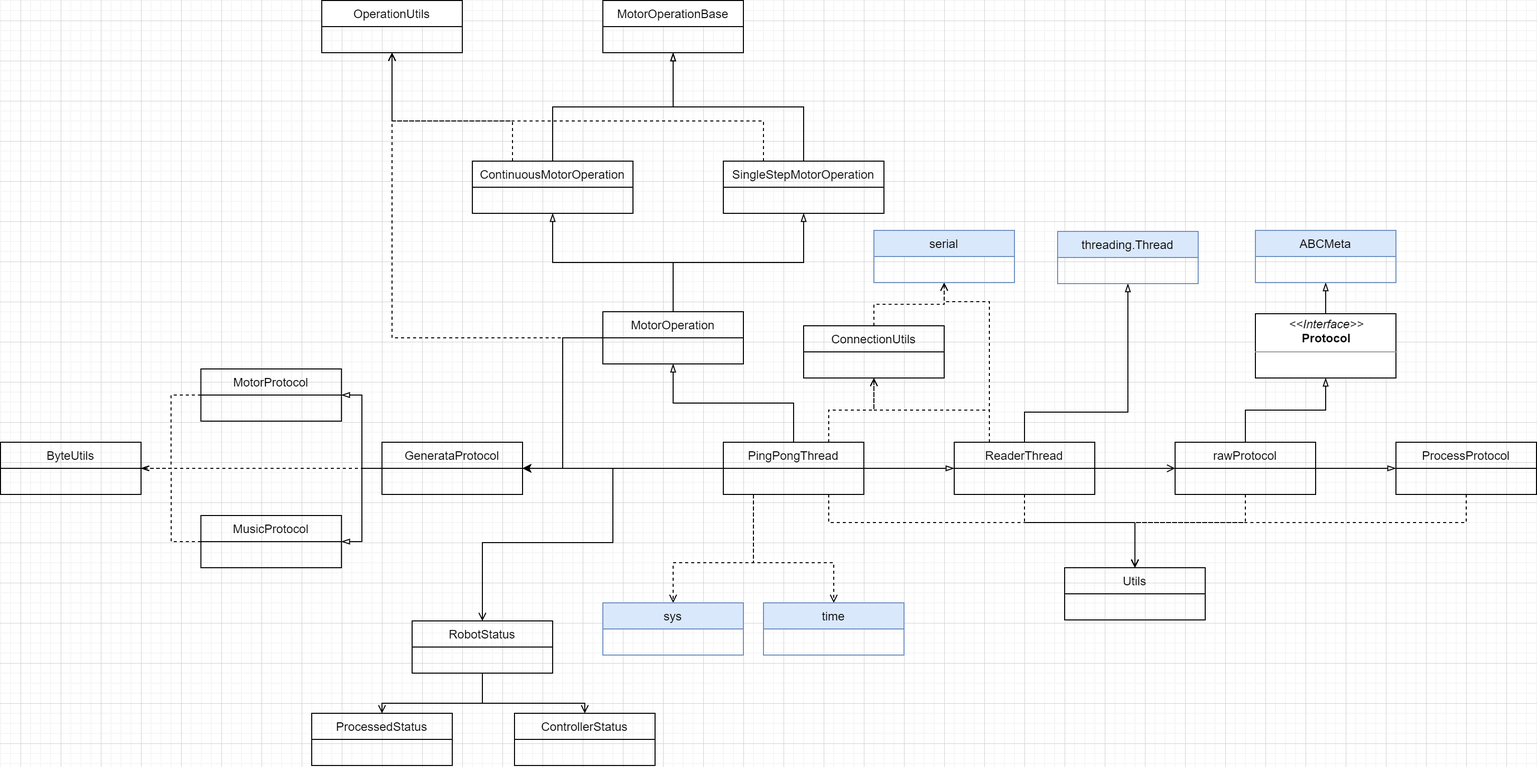
fast1ine/python-gcube-api-dashboard-piano keeps this draw.io diagram as UML.png. Above is the earlier version. Source tidied: cells renumbered, new cells last; positions are measured from the earlier drawing's top-left corner, leaving out a move shared by most shapes.
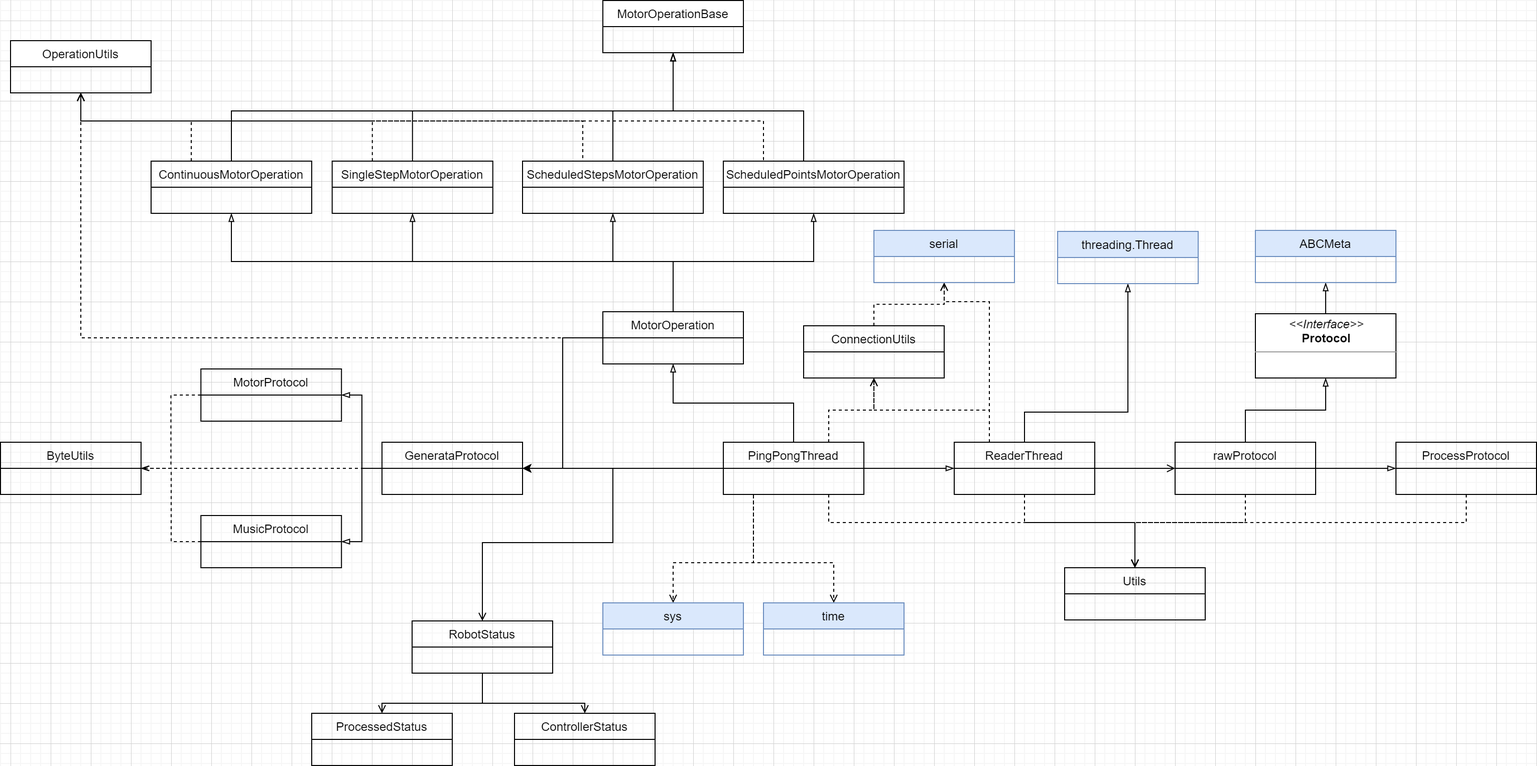
After the commit.

The edit, as a diff of the source:
```diff
@@ -62,15 +62,15 @@
         </Array>
       </mxGeometry>
     </mxCell>
-    <mxCell id="13" style="edgeStyle=orthogonalEdgeStyle;rounded=0;jettySize=auto;html=1;entryX=0.5;entryY=0;entryDx=0;entryDy=0;dashed=1;endArrow=open;endFill=0;" parent="1" edge="1" target="40">
-      <mxGeometry relative="1" as="geometry">
-        <mxPoint x="750" y="492" as="sourcePoint" />
-        <Array as="points">
-          <mxPoint x="750" y="560" />
-          <mxPoint x="830" y="560" />
-        </Array>
-      </mxGeometry>
-    </mxCell>
+    <mxCell id="60" style="edgeStyle=orthogonalEdgeStyle;rounded=0;jettySize=auto;html=1;entryX=0.5;entryY=0;entryDx=0;entryDy=0;dashed=1;endArrow=open;endFill=0;" parent="1" edge="1" target="40">
+      <mxGeometry relative="1" as="geometry">
+        <mxPoint x="750" y="492" as="sourcePoint" />
+        <Array as="points">
+          <mxPoint x="750" y="560" />
+          <mxPoint x="830" y="560" />
+        </Array>
+      </mxGeometry>
+    </mxCell>
     <mxCell id="14" style="edgeStyle=orthogonalEdgeStyle;rounded=0;jettySize=auto;html=1;entryX=0.5;entryY=0;entryDx=0;entryDy=0;dashed=1;endArrow=open;endFill=0;exitX=0.75;exitY=1;exitDx=0;exitDy=0;" parent="1" edge="1" source="16" target="52">
       <mxGeometry relative="1" as="geometry">
         <Array as="points">
@@ -91,12 +91,38 @@
     <mxCell id="18" style="edgeStyle=orthogonalEdgeStyle;rounded=0;jettySize=auto;html=1;entryX=0.5;entryY=1;entryDx=0;entryDy=0;dashed=1;endArrow=open;endFill=0;" parent="1" edge="1" source="21" target="51">
       <mxGeometry relative="1" as="geometry" />
     </mxCell>
+    <mxCell id="61" style="edgeStyle=orthogonalEdgeStyle;rounded=0;jettySize=auto;html=1;entryX=0.5;entryY=1;entryDx=0;entryDy=0;endArrow=blockThin;endFill=0;" parent="1" edge="1" source="21" target="65">
+      <mxGeometry relative="1" as="geometry">
+        <Array as="points">
+          <mxPoint x="670" y="260" />
+          <mxPoint x="610" y="260" />
+        </Array>
+      </mxGeometry>
+    </mxCell>
+    <mxCell id="62" style="edgeStyle=orthogonalEdgeStyle;rounded=0;jettySize=auto;html=1;entryX=0.5;entryY=1;entryDx=0;entryDy=0;endArrow=blockThin;endFill=0;" parent="1" edge="1" source="21" target="68">
+      <mxGeometry relative="1" as="geometry">
+        <Array as="points">
+          <mxPoint x="670" y="260" />
+          <mxPoint x="810" y="260" />
+        </Array>
+      </mxGeometry>
+    </mxCell>
+    <mxCell id="20" style="edgeStyle=orthogonalEdgeStyle;rounded=0;jettySize=auto;html=1;entryX=0.5;entryY=1;entryDx=0;entryDy=0;endArrow=blockThin;endFill=0;" parent="1" edge="1" source="21" target="58">
+      <mxGeometry relative="1" as="geometry">
+        <Array as="points">
+          <mxPoint x="670" y="260" />
+          <mxPoint x="410" y="260" />
+        </Array>
+      </mxGeometry>
+    </mxCell>
     <mxCell id="19" style="edgeStyle=orthogonalEdgeStyle;rounded=0;jettySize=auto;html=1;entryX=0.5;entryY=1;entryDx=0;entryDy=0;endArrow=blockThin;endFill=0;" parent="1" edge="1" source="21" target="55">
-      <mxGeometry relative="1" as="geometry" />
+      <mxGeometry relative="1" as="geometry">
+        <Array as="points">
+          <mxPoint x="670" y="260" />
+          <mxPoint x="230" y="260" />
+        </Array>
+      </mxGeometry>
     </mxCell>
-    <mxCell id="20" style="edgeStyle=orthogonalEdgeStyle;rounded=0;jettySize=auto;html=1;entryX=0.5;entryY=1;entryDx=0;entryDy=0;endArrow=blockThin;endFill=0;" parent="1" edge="1" source="21" target="58">
-      <mxGeometry relative="1" as="geometry" />
-    </mxCell>
     <mxCell id="21" value="MotorOperation" style="swimlane;fontStyle=0;horizontal=1;startSize=26;fillColor=none;" parent="1" vertex="1">
       <mxGeometry x="600" y="310" width="140" height="52" as="geometry" />
     </mxCell>
@@ -223,41 +249,89 @@
       <mxGeometry x="199.6" y="513" width="140" height="52" as="geometry" />
     </mxCell>
     <mxCell id="51" value="OperationUtils" style="swimlane;fontStyle=0;horizontal=1;startSize=26;" parent="1" vertex="1">
-      <mxGeometry x="320" width="140" height="52" as="geometry" />
+      <mxGeometry x="10" y="40" width="140" height="52" as="geometry" />
     </mxCell>
     <mxCell id="52" value="Utils" style="swimlane;fontStyle=0;horizontal=1;startSize=26;fillColor=none;" parent="1" vertex="1">
       <mxGeometry x="1060" y="565" width="140" height="52" as="geometry" />
     </mxCell>
+    <mxCell id="63" style="edgeStyle=orthogonalEdgeStyle;rounded=0;jettySize=auto;html=1;entryX=0.5;entryY=1;entryDx=0;entryDy=0;dashed=1;endArrow=open;endFill=0;exitX=0.25;exitY=0;exitDx=0;exitDy=0;" parent="1" edge="1" source="65" target="51">
+      <mxGeometry relative="1" as="geometry">
+        <Array as="points">
+          <mxPoint x="580" y="120" />
+          <mxPoint x="80" y="120" />
+        </Array>
+      </mxGeometry>
+    </mxCell>
+    <mxCell id="64" style="edgeStyle=orthogonalEdgeStyle;rounded=0;jettySize=auto;html=1;entryX=0.5;entryY=1;entryDx=0;entryDy=0;endArrow=blockThin;endFill=0;" parent="1" edge="1" source="65" target="59">
+      <mxGeometry relative="1" as="geometry">
+        <Array as="points">
+          <mxPoint x="610" y="110" />
+          <mxPoint x="670" y="110" />
+        </Array>
+      </mxGeometry>
+    </mxCell>
+    <mxCell id="65" value="ScheduledStepsMotorOperation" style="swimlane;fontStyle=0;horizontal=1;startSize=26;fillColor=none;" parent="1" vertex="1">
+      <mxGeometry x="520" y="160" width="180" height="52" as="geometry" />
+    </mxCell>
+    <mxCell id="66" style="edgeStyle=orthogonalEdgeStyle;rounded=0;jettySize=auto;html=1;entryX=0.5;entryY=1;entryDx=0;entryDy=0;dashed=1;endArrow=open;endFill=0;exitX=0.25;exitY=0;exitDx=0;exitDy=0;" parent="1" edge="1" source="68" target="51">
+      <mxGeometry relative="1" as="geometry">
+        <Array as="points">
+          <mxPoint x="760" y="120" />
+          <mxPoint x="80" y="120" />
+        </Array>
+      </mxGeometry>
+    </mxCell>
+    <mxCell id="67" style="edgeStyle=orthogonalEdgeStyle;rounded=0;jettySize=auto;html=1;entryX=0.5;entryY=1;entryDx=0;entryDy=0;endArrow=blockThin;endFill=0;" parent="1" edge="1" source="68" target="59">
+      <mxGeometry relative="1" as="geometry">
+        <Array as="points">
+          <mxPoint x="800" y="110" />
+          <mxPoint x="670" y="110" />
+        </Array>
+      </mxGeometry>
+    </mxCell>
+    <mxCell id="68" value="ScheduledPointsMotorOperation" style="swimlane;fontStyle=0;horizontal=1;startSize=26;fillColor=none;" parent="1" vertex="1">
+      <mxGeometry x="720" y="160" width="180" height="52" as="geometry" />
+    </mxCell>
+    <mxCell id="59" value="MotorOperationBase" style="swimlane;fontStyle=0;horizontal=1;startSize=26;" parent="1" vertex="1">
+      <mxGeometry x="600" width="140" height="52" as="geometry" />
+    </mxCell>
+    <mxCell id="57" style="edgeStyle=orthogonalEdgeStyle;rounded=0;jettySize=auto;html=1;entryX=0.5;entryY=1;entryDx=0;entryDy=0;endArrow=blockThin;endFill=0;" parent="1" edge="1" source="58" target="59">
+      <mxGeometry relative="1" as="geometry">
+        <Array as="points">
+          <mxPoint x="410" y="110" />
+          <mxPoint x="670" y="110" />
+        </Array>
+      </mxGeometry>
+    </mxCell>
+    <mxCell id="56" style="edgeStyle=orthogonalEdgeStyle;rounded=0;jettySize=auto;html=1;exitX=0.25;exitY=0;exitDx=0;exitDy=0;entryX=0.5;entryY=1;entryDx=0;entryDy=0;dashed=1;endArrow=open;endFill=0;" parent="1" edge="1" source="58" target="51">
+      <mxGeometry relative="1" as="geometry">
+        <Array as="points">
+          <mxPoint x="370" y="120" />
+          <mxPoint x="80" y="120" />
+        </Array>
+      </mxGeometry>
+    </mxCell>
+    <mxCell id="58" value="SingleStepMotorOperation" style="swimlane;fontStyle=0;horizontal=1;startSize=26;fillColor=none;" parent="1" vertex="1">
+      <mxGeometry x="330.4" y="160" width="160" height="52" as="geometry" />
+    </mxCell>
+    <mxCell id="54" style="edgeStyle=orthogonalEdgeStyle;rounded=0;jettySize=auto;html=1;entryX=0.5;entryY=1;entryDx=0;entryDy=0;endArrow=blockThin;endFill=0;" parent="1" edge="1" source="55" target="59">
+      <mxGeometry relative="1" as="geometry">
+        <Array as="points">
+          <mxPoint x="230" y="110" />
+          <mxPoint x="670" y="110" />
+        </Array>
+      </mxGeometry>
+    </mxCell>
-    <mxCell id="53" style="edgeStyle=orthogonalEdgeStyle;rounded=0;jettySize=auto;html=1;entryX=0.5;entryY=1;entryDx=0;entryDy=0;dashed=1;endArrow=open;endFill=0;exitX=0.25;exitY=0;exitDx=0;exitDy=0;" parent="1" edge="1" source="55" target="51">
+    <mxCell id="53" style="edgeStyle=orthogonalEdgeStyle;rounded=0;jettySize=auto;html=1;exitX=0.25;exitY=0;exitDx=0;exitDy=0;endArrow=open;endFill=0;entryX=0.5;entryY=1;entryDx=0;entryDy=0;dashed=1;" parent="1" edge="1" source="55" target="51">
       <mxGeometry relative="1" as="geometry">
         <Array as="points">
-          <mxPoint x="510" y="120" />
-          <mxPoint x="390" y="120" />
+          <mxPoint x="190" y="120" />
+          <mxPoint x="80" y="120" />
         </Array>
       </mxGeometry>
     </mxCell>
-    <mxCell id="54" style="edgeStyle=orthogonalEdgeStyle;rounded=0;jettySize=auto;html=1;entryX=0.5;entryY=1;entryDx=0;entryDy=0;endArrow=blockThin;endFill=0;" parent="1" edge="1" source="55" target="59">
-      <mxGeometry relative="1" as="geometry" />
-    </mxCell>
     <mxCell id="55" value="ContinuousMotorOperation" style="swimlane;fontStyle=0;horizontal=1;startSize=26;fillColor=none;" parent="1" vertex="1">
-      <mxGeometry x="470" y="160" width="160" height="52" as="geometry" />
+      <mxGeometry x="150" y="160" width="160" height="52" as="geometry" />
     </mxCell>
-    <mxCell id="56" style="edgeStyle=orthogonalEdgeStyle;rounded=0;jettySize=auto;html=1;entryX=0.5;entryY=1;entryDx=0;entryDy=0;dashed=1;endArrow=open;endFill=0;exitX=0.25;exitY=0;exitDx=0;exitDy=0;" parent="1" edge="1" source="58" target="51">
-      <mxGeometry relative="1" as="geometry">
-        <Array as="points">
-          <mxPoint x="760" y="120" />
-          <mxPoint x="390" y="120" />
-        </Array>
-      </mxGeometry>
-    </mxCell>
-    <mxCell id="57" style="edgeStyle=orthogonalEdgeStyle;rounded=0;jettySize=auto;html=1;entryX=0.5;entryY=1;entryDx=0;entryDy=0;endArrow=blockThin;endFill=0;" parent="1" edge="1" source="58" target="59">
-      <mxGeometry relative="1" as="geometry" />
-    </mxCell>
-    <mxCell id="58" value="SingleStepMotorOperation" style="swimlane;fontStyle=0;horizontal=1;startSize=26;fillColor=none;" parent="1" vertex="1">
-      <mxGeometry x="720" y="160" width="160" height="52" as="geometry" />
-    </mxCell>
-    <mxCell id="59" value="MotorOperationBase" style="swimlane;fontStyle=0;horizontal=1;startSize=26;" parent="1" vertex="1">
-      <mxGeometry x="600" width="140" height="52" as="geometry" />
-    </mxCell>
   </root>
 </mxGraphModel>
```
